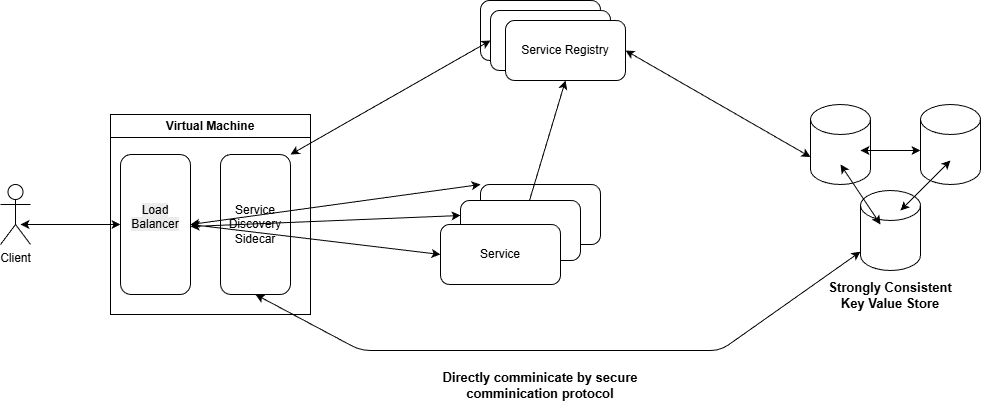
Before: docs/diagrams/ServiceDiscoveryHighLevelArch.drawio.png, a diagram exported from draw.io (jenkem1337/service-discovery). Source tidied: cells renumbered, new cells last; positions are measured from the earlier drawing's top-left corner, leaving out a move shared by most shapes.
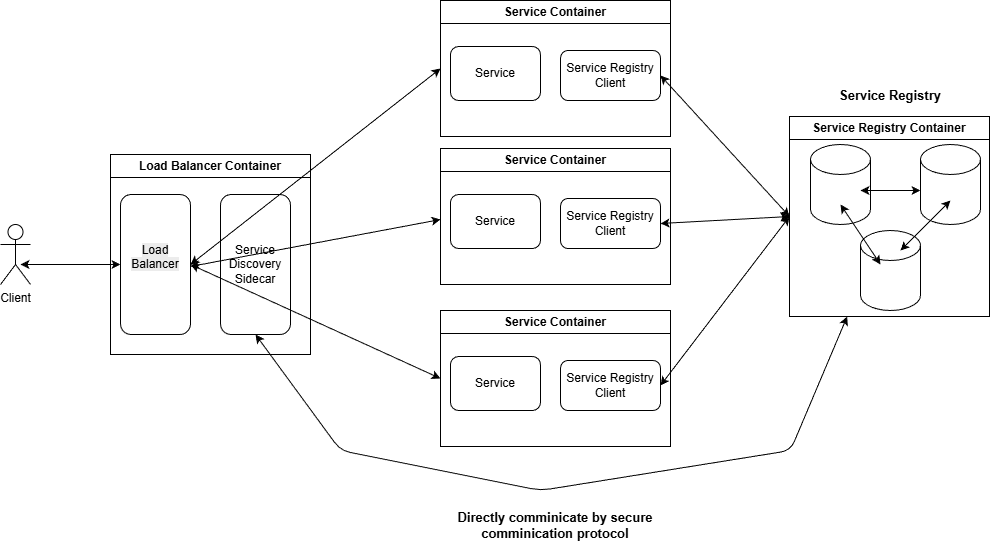
Later version of the same file.

The edit, as a diff of the source:
```diff
@@ -5,7 +5,7 @@
     <mxCell id="2" value="Client&lt;div&gt;&lt;br&gt;&lt;/div&gt;" style="shape=umlActor;verticalLabelPosition=bottom;verticalAlign=top;html=1;" parent="1" vertex="1">
       <mxGeometry y="184" width="30" height="60" as="geometry" />
     </mxCell>
-    <mxCell id="3" value="Virtual Machine" style="swimlane;whiteSpace=wrap;html=1;" parent="1" vertex="1">
+    <mxCell id="3" value="Load Balancer Container" style="swimlane;whiteSpace=wrap;html=1;" parent="1" vertex="1">
       <mxGeometry x="110" y="114" width="200" height="200" as="geometry" />
     </mxCell>
     <mxCell id="4" value="&#10;&lt;span style=&quot;color: rgb(0, 0, 0); font-family: Helvetica; font-size: 12px; font-style: normal; font-variant-ligatures: normal; font-variant-caps: normal; font-weight: 400; letter-spacing: normal; orphans: 2; text-align: center; text-indent: 0px; text-transform: none; widows: 2; word-spacing: 0px; -webkit-text-stroke-width: 0px; white-space: normal; background-color: rgb(236, 236, 236); text-decoration-thickness: initial; text-decoration-style: initial; text-decoration-color: initial; display: inline !important; float: none;&quot;&gt;Load Balancer&lt;/span&gt;&#10;&#10;" style="rounded=1;whiteSpace=wrap;html=1;" parent="3" vertex="1">
@@ -14,24 +14,16 @@
     <mxCell id="5" value="Service Discovery Sidecar" style="rounded=1;whiteSpace=wrap;html=1;" parent="3" vertex="1">
       <mxGeometry x="110" y="40" width="70" height="140" as="geometry" />
     </mxCell>
-    <mxCell id="6" style="rounded=1;whiteSpace=wrap;html=1;" parent="1" vertex="1">
-      <mxGeometry x="480" y="184" width="120" height="60" as="geometry" />
-    </mxCell>
-    <mxCell id="7" style="rounded=1;whiteSpace=wrap;html=1;" parent="1" vertex="1">
-      <mxGeometry x="460" y="200" width="120" height="60" as="geometry" />
-    </mxCell>
-    <mxCell id="8" value="Service" style="rounded=1;whiteSpace=wrap;html=1;" parent="1" vertex="1">
-      <mxGeometry x="440" y="224" width="120" height="60" as="geometry" />
-    </mxCell>
-    <mxCell id="9" style="endArrow=classic;startArrow=classic;html=1;entryX=0;entryY=0;entryDx=0;entryDy=0;exitX=1;exitY=0.5;exitDx=0;exitDy=0;" parent="1" edge="1" source="4" target="6">
+    <mxCell id="9" style="endArrow=classic;startArrow=classic;html=1;entryX=0;entryY=0.5;entryDx=0;entryDy=0;exitX=1;exitY=0.5;exitDx=0;exitDy=0;" parent="1" edge="1" source="4" target="28">
       <mxGeometry relative="1" as="geometry" />
     </mxCell>
-    <mxCell id="10" style="endArrow=classic;startArrow=classic;html=1;entryX=0;entryY=0.5;entryDx=0;entryDy=0;exitX=1;exitY=0.5;exitDx=0;exitDy=0;" parent="1" edge="1" source="4" target="8">
+    <mxCell id="10" style="endArrow=classic;startArrow=classic;html=1;entryX=0;entryY=0.5;entryDx=0;entryDy=0;exitX=1;exitY=0.5;exitDx=0;exitDy=0;" parent="1" edge="1" source="4" target="30">
       <mxGeometry relative="1" as="geometry" />
     </mxCell>
-    <mxCell id="11" style="endArrow=classic;startArrow=classic;html=1;entryX=0;entryY=0.25;entryDx=0;entryDy=0;exitX=1;exitY=0.5;exitDx=0;exitDy=0;" parent="1" edge="1" target="7">
+    <mxCell id="11" style="endArrow=classic;startArrow=classic;html=1;entryX=0;entryY=0.25;entryDx=0;entryDy=0;exitX=1;exitY=0.5;exitDx=0;exitDy=0;" parent="1" edge="1">
       <mxGeometry relative="1" as="geometry">
         <mxPoint x="190" y="226" as="sourcePoint" />
+        <mxPoint x="440" y="179" as="targetPoint" />
       </mxGeometry>
     </mxCell>
     <mxCell id="12" style="endArrow=classic;startArrow=classic;html=1;entryX=0;entryY=0.5;entryDx=0;entryDy=0;" parent="1" edge="1" target="4">
@@ -39,21 +31,6 @@
         <mxPoint x="20" y="224" as="sourcePoint" />
       </mxGeometry>
     </mxCell>
-    <mxCell id="13" style="rounded=1;whiteSpace=wrap;html=1;" parent="1" vertex="1">
-      <mxGeometry x="480" width="120" height="60" as="geometry" />
-    </mxCell>
-    <mxCell id="14" style="rounded=1;whiteSpace=wrap;html=1;" parent="1" vertex="1">
-      <mxGeometry x="490" y="10" width="120" height="60" as="geometry" />
-    </mxCell>
-    <mxCell id="15" value="Service Registry" style="rounded=1;whiteSpace=wrap;html=1;" parent="1" vertex="1">
-      <mxGeometry x="505" y="20" width="120" height="60" as="geometry" />
-    </mxCell>
-    <mxCell id="16" style="endArrow=classic;html=1;entryX=0.5;entryY=1;entryDx=0;entryDy=0;" parent="1" edge="1" source="7" target="15">
-      <mxGeometry relative="1" as="geometry" />
-    </mxCell>
-    <mxCell id="17" style="endArrow=classic;startArrow=classic;html=1;exitX=0;exitY=0.5;exitDx=0;exitDy=0;entryX=1;entryY=0;entryDx=0;entryDy=0;" parent="1" edge="1" source="14" target="5">
-      <mxGeometry relative="1" as="geometry" />
-    </mxCell>
     <mxCell id="18" style="shape=cylinder3;whiteSpace=wrap;html=1;boundedLbl=1;backgroundOutline=1;size=15;" parent="1" vertex="1">
       <mxGeometry x="810" y="104" width="60" height="80" as="geometry" />
     </mxCell>
@@ -81,22 +58,59 @@
         <mxPoint x="920" y="150" as="targetPoint" />
       </mxGeometry>
     </mxCell>
-    <mxCell id="24" value="Strongly Consistent Key Value Store" style="text;html=1;whiteSpace=wrap;strokeColor=none;fillColor=none;align=center;verticalAlign=middle;rounded=0;fontStyle=1;fontSize=13;" parent="1" vertex="1">
-      <mxGeometry x="820" y="280" width="140" height="30" as="geometry" />
+    <mxCell id="24" value="Service Registry" style="text;html=1;whiteSpace=wrap;strokeColor=none;fillColor=none;align=center;verticalAlign=middle;rounded=0;fontStyle=1;fontSize=13;" parent="1" vertex="1">
+      <mxGeometry x="820" y="40" width="140" height="30" as="geometry" />
     </mxCell>
-    <mxCell id="25" style="endArrow=classic;startArrow=classic;html=1;exitX=1;exitY=0.5;exitDx=0;exitDy=0;entryX=0;entryY=0;entryDx=0;entryDy=52.5;entryPerimeter=0;" parent="1" edge="1" source="15" target="18">
-      <mxGeometry relative="1" as="geometry" />
-    </mxCell>
-    <mxCell id="26" style="endArrow=classic;startArrow=classic;html=1;exitX=0.5;exitY=1;exitDx=0;exitDy=0;" parent="1" edge="1" source="5" target="20">
+    <mxCell id="26" style="endArrow=classic;startArrow=classic;html=1;exitX=0.5;exitY=1;exitDx=0;exitDy=0;" parent="1" edge="1" source="5" target="39">
       <mxGeometry relative="1" as="geometry">
         <Array as="points">
-          <mxPoint x="360" y="350" />
-          <mxPoint x="720" y="350" />
+          <mxPoint x="340" y="410" />
+          <mxPoint x="540" y="450" />
+          <mxPoint x="790" y="410" />
         </Array>
       </mxGeometry>
     </mxCell>
     <mxCell id="27" value="Directly comminicate by secure comminication protocol" style="text;html=1;whiteSpace=wrap;strokeColor=none;fillColor=none;align=center;verticalAlign=middle;rounded=0;fontStyle=1;fontSize=13;" parent="1" vertex="1">
-      <mxGeometry x="430" y="370" width="220" height="30" as="geometry" />
+      <mxGeometry x="445" y="470" width="220" height="30" as="geometry" />
     </mxCell>
+    <mxCell id="28" value="Service Container" style="swimlane;whiteSpace=wrap;html=1;" parent="1" vertex="1">
+      <mxGeometry x="440" y="-40" width="230" height="136" as="geometry" />
+    </mxCell>
+    <mxCell id="6" value="Service" style="rounded=1;whiteSpace=wrap;html=1;" parent="28" vertex="1">
+      <mxGeometry x="10" y="46" width="90" height="54" as="geometry" />
+    </mxCell>
+    <mxCell id="29" value="Service Registry Client" style="rounded=1;whiteSpace=wrap;html=1;" parent="28" vertex="1">
+      <mxGeometry x="120" y="50" width="100" height="50" as="geometry" />
+    </mxCell>
+    <mxCell id="30" value="Service Container" style="swimlane;whiteSpace=wrap;html=1;" parent="1" vertex="1">
+      <mxGeometry x="440" y="270" width="230" height="136" as="geometry" />
+    </mxCell>
+    <mxCell id="31" value="Service" style="rounded=1;whiteSpace=wrap;html=1;" parent="30" vertex="1">
+      <mxGeometry x="10" y="46" width="90" height="54" as="geometry" />
+    </mxCell>
+    <mxCell id="32" value="Service Registry Client" style="rounded=1;whiteSpace=wrap;html=1;" parent="30" vertex="1">
+      <mxGeometry x="120" y="50" width="100" height="50" as="geometry" />
+    </mxCell>
+    <mxCell id="33" value="Service Container" style="swimlane;whiteSpace=wrap;html=1;" parent="1" vertex="1">
+      <mxGeometry x="440" y="108" width="230" height="136" as="geometry" />
+    </mxCell>
+    <mxCell id="34" value="Service" style="rounded=1;whiteSpace=wrap;html=1;" parent="33" vertex="1">
+      <mxGeometry x="10" y="46" width="90" height="54" as="geometry" />
+    </mxCell>
+    <mxCell id="35" value="Service Registry Client" style="rounded=1;whiteSpace=wrap;html=1;" parent="33" vertex="1">
+      <mxGeometry x="120" y="50" width="100" height="50" as="geometry" />
+    </mxCell>
+    <mxCell id="36" style="endArrow=classic;startArrow=classic;html=1;rounded=0;entryX=0;entryY=0.5;entryDx=0;entryDy=0;exitX=1;exitY=0.5;exitDx=0;exitDy=0;" parent="1" edge="1" source="32" target="39">
+      <mxGeometry relative="1" as="geometry" />
+    </mxCell>
+    <mxCell id="37" style="endArrow=classic;startArrow=classic;html=1;rounded=0;entryX=0;entryY=0.5;entryDx=0;entryDy=0;exitX=1;exitY=0.5;exitDx=0;exitDy=0;" parent="1" edge="1" source="29" target="39">
+      <mxGeometry relative="1" as="geometry" />
+    </mxCell>
+    <mxCell id="38" style="endArrow=classic;startArrow=classic;html=1;rounded=0;entryX=0;entryY=0.5;entryDx=0;entryDy=0;exitX=1;exitY=0.5;exitDx=0;exitDy=0;" parent="1" edge="1" source="35" target="39">
+      <mxGeometry relative="1" as="geometry" />
+    </mxCell>
+    <mxCell id="39" value="Service Registry Container" style="swimlane;whiteSpace=wrap;html=1;" parent="1" vertex="1">
+      <mxGeometry x="789" y="76" width="200" height="200" as="geometry" />
+    </mxCell>
   </root>
 </mxGraphModel>
```
